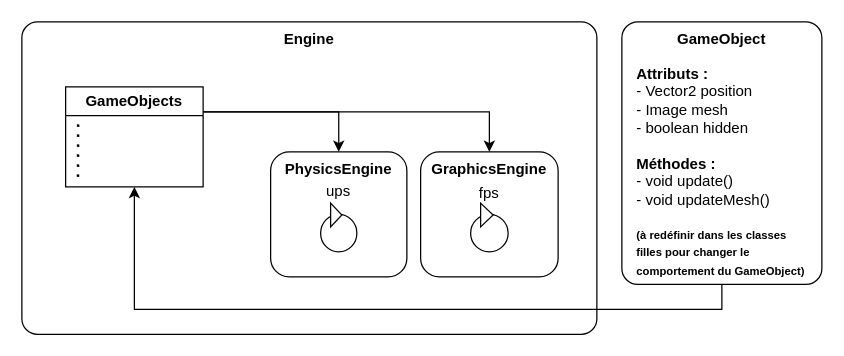
GabrielAbgrall/GNPEngine keeps this draw.io diagram as Engine.drawio. Above is the earlier version. Source tidied: cells renumbered, new cells numbered last; positions are measured from the earlier drawing's top-left corner, leaving out a move shared by most shapes. Both pictures are drawn from the tidied source at 125%, with x=0, y=0 at pixel (21, 21).
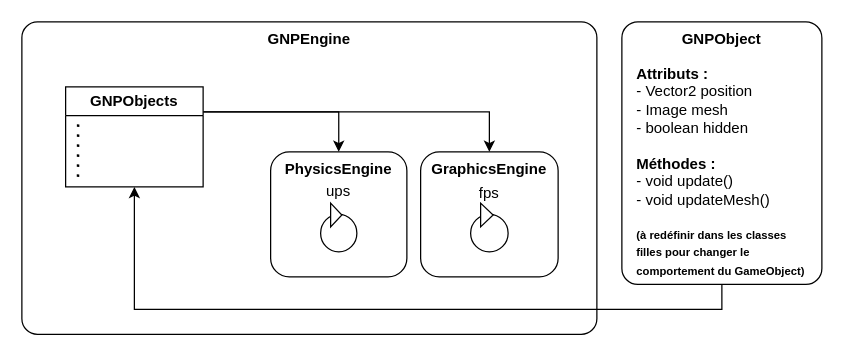
The same diagram, later.

What changed in the source:
```diff
@@
-    <mxCell id="2" value="Engine" style="rounded=1;whiteSpace=wrap;html=1;verticalAlign=top;fontStyle=1;arcSize=5;" parent="1" vertex="1">
+    <mxCell id="2" value="GNPEngine" style="rounded=1;whiteSpace=wrap;html=1;verticalAlign=top;fontStyle=1;arcSize=5;" parent="1" vertex="1">
       <mxGeometry width="460" height="250" as="geometry" />
     </mxCell>
@@
-    <mxCell id="10" value="GameObjects" style="swimlane;whiteSpace=wrap;html=1;" parent="1" vertex="1">
+    <mxCell id="10" value="GNPObjects" style="swimlane;whiteSpace=wrap;html=1;" parent="1" vertex="1">
       <mxGeometry x="35" y="52" width="110" height="80" as="geometry" />
     </mxCell>
@@
-    <mxCell id="13" value="GameObject" style="rounded=1;whiteSpace=wrap;html=1;fontStyle=1;verticalAlign=top;arcSize=8;" parent="1" vertex="1">
+    <mxCell id="13" value="GNPObject" style="rounded=1;whiteSpace=wrap;html=1;fontStyle=1;verticalAlign=top;arcSize=8;" parent="1" vertex="1">
       <mxGeometry x="480" width="160" height="210" as="geometry" />
     </mxCell>
```
